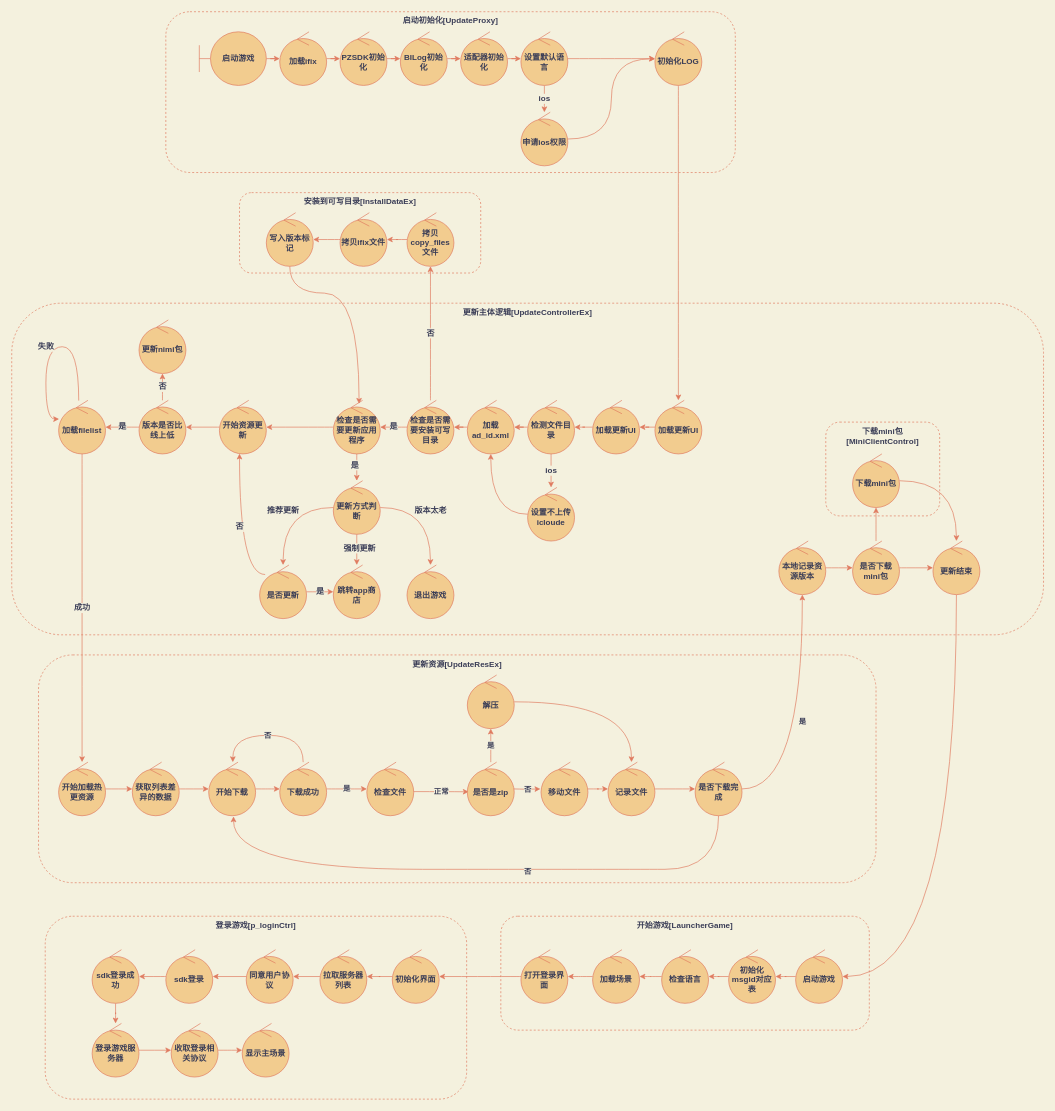
The draw.io diagram 游戏启动流程.drawio in cliang/drawio, before the edit. Source tidied: cells renumbered, new cells numbered last; positions are measured from the earlier drawing's top-left corner, leaving out a move shared by most shapes. Both pictures are drawn from the tidied source at 67%, with x=0, y=0 at pixel (11, 11).
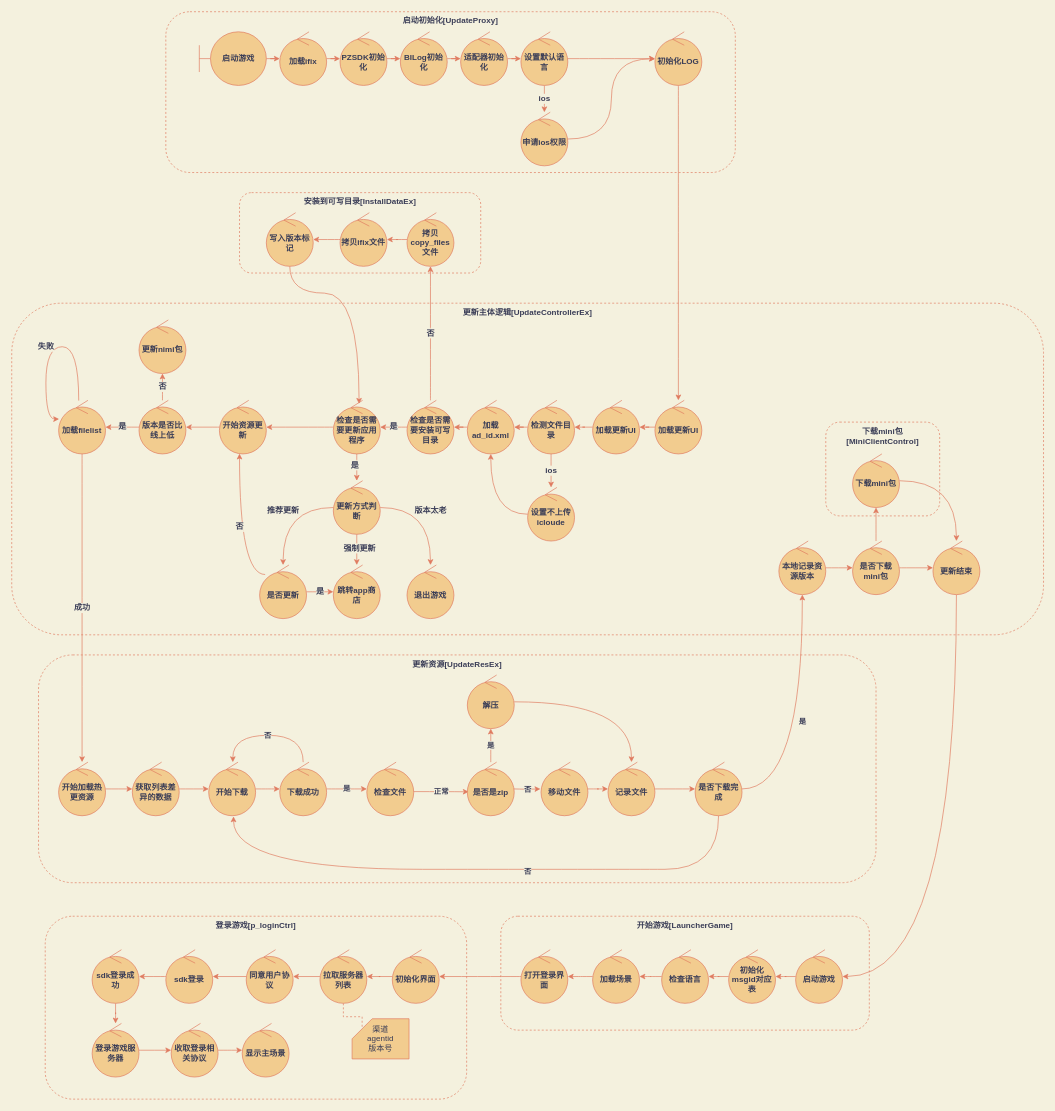
Above is the later version.

Commit message:
更新游戏启动流程.drawio

Unchanged cells that the change refers to:
```xml
<mxCell id="113" value="拉取服务器列表" style="ellipse;shape=umlControl;whiteSpace=wrap;html=1;rounded=1;fontStyle=1;fillColor=#F2CC8F;strokeColor=#E07A5F;fontColor=#393C56;" parent="1" vertex="1">
  <mxGeometry x="460" y="1400" width="70" height="80" as="geometry" />
</mxCell>
```

The edit, as a diff of the source:
```diff
@@
+    <mxCell id="127" style="edgeStyle=orthogonalEdgeStyle;rounded=0;jettySize=auto;html=1;entryX=0;entryY=0;entryDx=15;entryDy=15;entryPerimeter=0;dashed=1;endArrow=none;endFill=0;labelBackgroundColor=#F4F1DE;strokeColor=#E07A5F;fontColor=#393C56;" parent="1" edge="1" source="113" target="128">
+      <mxGeometry relative="1" as="geometry" />
+    </mxCell>
@@
+    <mxCell id="128" value="渠道&lt;br&gt;agentid&lt;br&gt;版本号" style="shape=card;whiteSpace=wrap;html=1;fillColor=#F2CC8F;strokeColor=#E07A5F;fontColor=#393C56;" parent="1" vertex="1">
+      <mxGeometry x="508" y="1503" width="85" height="60" as="geometry" />
+    </mxCell>
```
